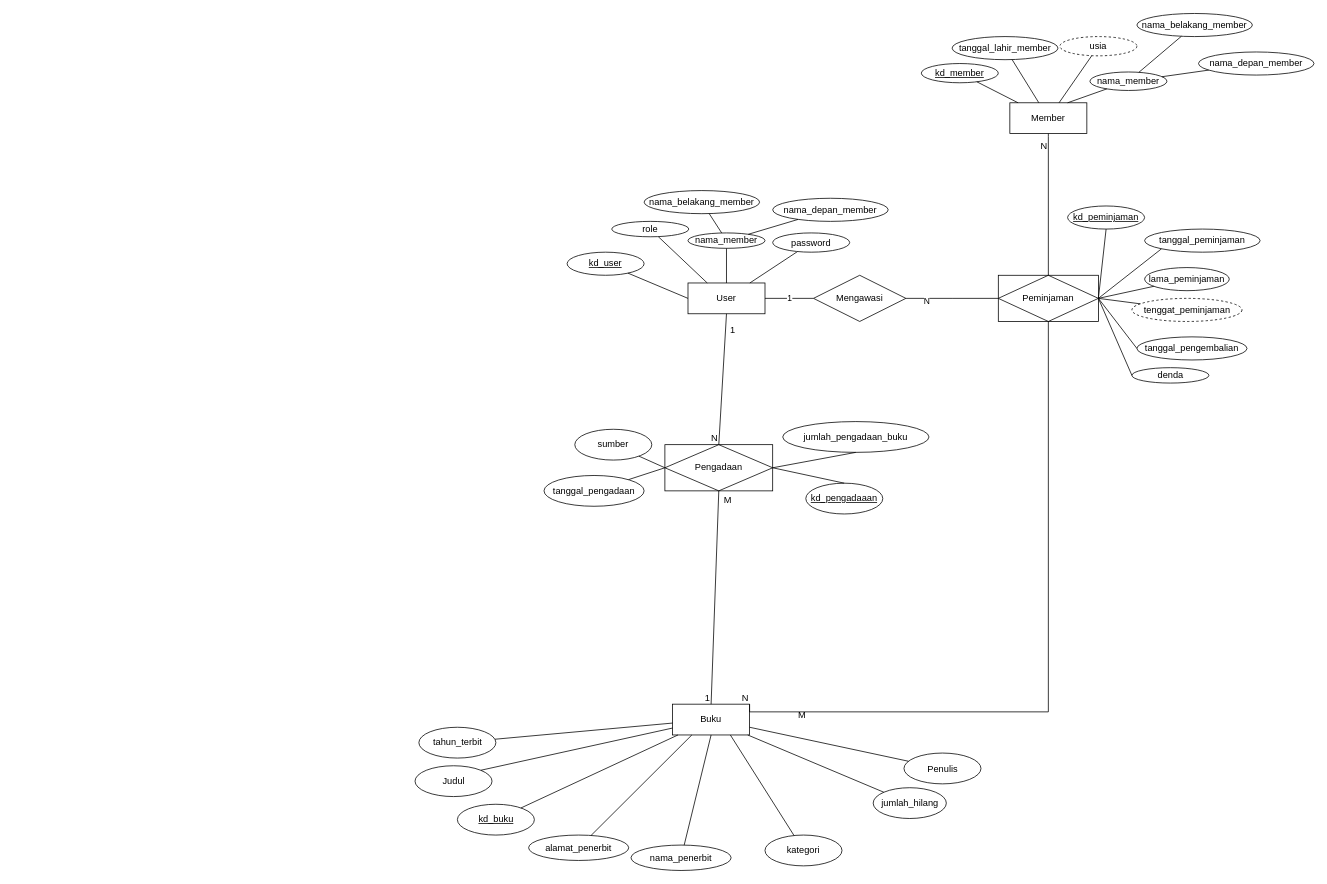
The draw.io diagram page "ERD" (1 of 3) of design/Design.drawio in gitar14/qt-books-quick, before the edit. Source tidied: cells renumbered, new cells numbered last; positions are measured from the earlier drawing's top-left corner, leaving out a move shared by most shapes. Both pictures are drawn from the tidied source at 77%, with x=0, y=0 at pixel (414, 13).
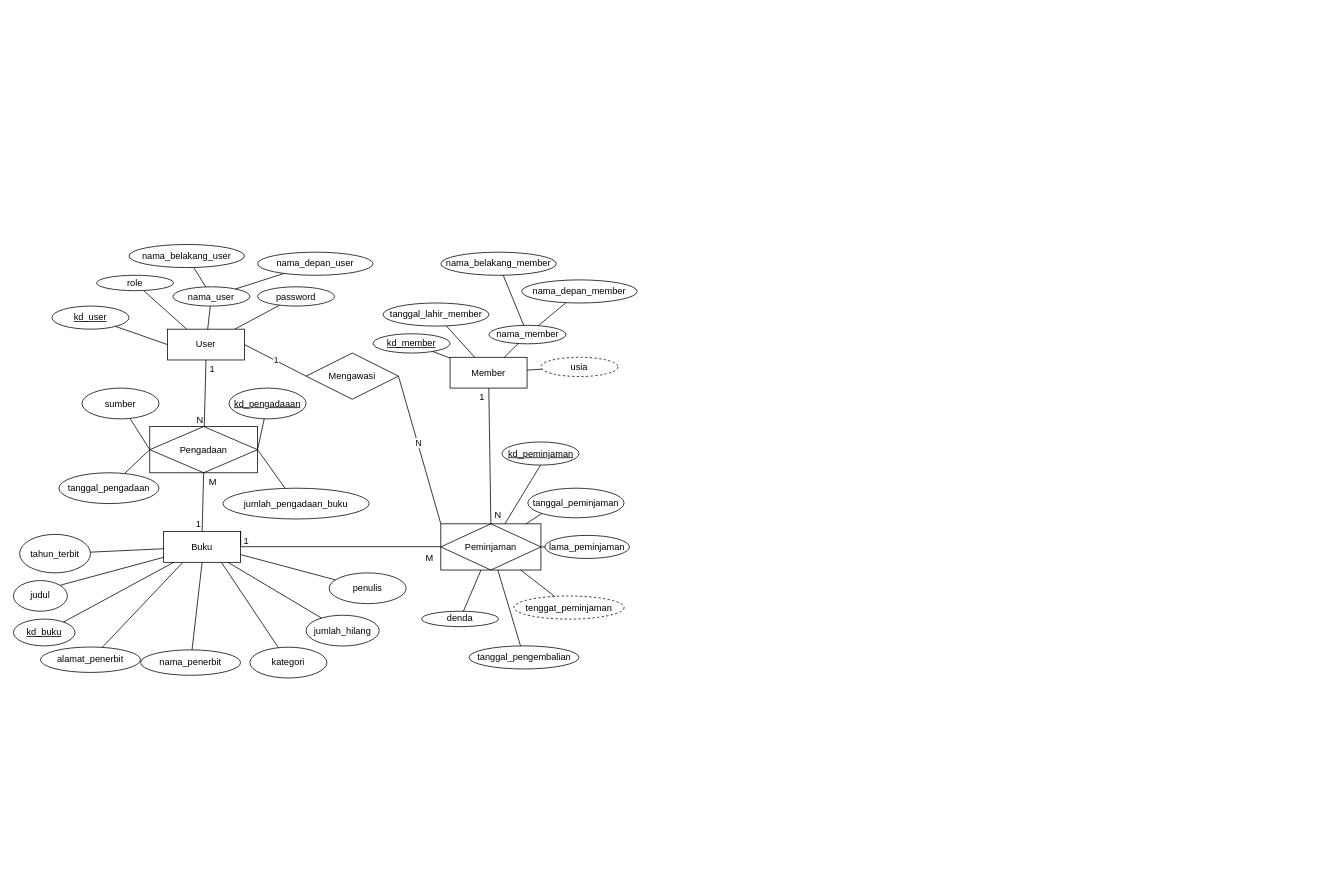
Above is the later version.

What changed in the source:
```diff
@@
     <mxCell id="2" value="Buku" style="whiteSpace=wrap;html=1;align=center;" parent="1" vertex="1">
-      <mxGeometry x="335" y="897" width="100" height="40" as="geometry" />
+      <mxGeometry x="-326" y="672.8" width="100" height="40" as="geometry" />
     </mxCell>
     <mxCell id="3" value="M" style="text;html=1;align=center;verticalAlign=middle;strokeColor=none;fillColor=none;" parent="1" vertex="1">
-      <mxGeometry x="488" y="897" width="30" height="30" as="geometry" />
+      <mxGeometry x="4" y="692.8" width="30" height="30" as="geometry" />
     </mxCell>
     <mxCell id="4" value="Member" style="whiteSpace=wrap;html=1;align=center;" parent="1" vertex="1">
-      <mxGeometry x="773" y="116" width="100" height="40" as="geometry" />
+      <mxGeometry x="46" y="446.5" width="100" height="40" as="geometry" />
     </mxCell>
     <mxCell id="5" value="&lt;u&gt;kd_buku&lt;/u&gt;" style="ellipse;whiteSpace=wrap;html=1;align=center;" parent="1" vertex="1">
-      <mxGeometry x="55.5" y="1027" width="100" height="40" as="geometry" />
+      <mxGeometry x="-521" y="786.5" width="80" height="34.8" as="geometry" />
     </mxCell>
-    <mxCell id="6" value="Judul" style="ellipse;whiteSpace=wrap;html=1;align=center;" parent="1" vertex="1">
-      <mxGeometry x="0.5" y="977" width="100" height="40" as="geometry" />
+    <mxCell id="6" value="judul" style="ellipse;whiteSpace=wrap;html=1;align=center;" parent="1" vertex="1">
+      <mxGeometry x="-521" y="736.5" width="70" height="39.8" as="geometry" />
     </mxCell>
-    <mxCell id="7" value="Penulis" style="ellipse;whiteSpace=wrap;html=1;align=center;" parent="1" vertex="1">
-      <mxGeometry x="635.5" y="960.5" width="100" height="40" as="geometry" />
+    <mxCell id="7" value="penulis" style="ellipse;whiteSpace=wrap;html=1;align=center;" parent="1" vertex="1">
+      <mxGeometry x="-111" y="726.5" width="100" height="40" as="geometry" />
     </mxCell>
     <mxCell id="8" value="tahun_terbit" style="ellipse;whiteSpace=wrap;html=1;align=center;" parent="1" vertex="1">
-      <mxGeometry x="5.5" y="927" width="100" height="40" as="geometry" />
+      <mxGeometry x="-513" y="676.5" width="92" height="50" as="geometry" />
     </mxCell>
     <mxCell id="9" value="jumlah_hilang" style="ellipse;whiteSpace=wrap;html=1;align=center;" parent="1" vertex="1">
-      <mxGeometry x="595.5" y="1005.5" width="95" height="40" as="geometry" />
+      <mxGeometry x="-141" y="781.5" width="95" height="40" as="geometry" />
     </mxCell>
@@
     <mxCell id="11" value="sumber" style="ellipse;whiteSpace=wrap;html=1;align=center;" parent="1" vertex="1">
-      <mxGeometry x="208" y="540" width="100" height="40" as="geometry" />
+      <mxGeometry x="-432" y="486.5" width="100" height="40" as="geometry" />
     </mxCell>
     <mxCell id="12" value="nama_penerbit" style="ellipse;whiteSpace=wrap;html=1;align=center;" parent="1" vertex="1">
-      <mxGeometry x="281" y="1080" width="130" height="33" as="geometry" />
+      <mxGeometry x="-356" y="826.5" width="130" height="33" as="geometry" />
     </mxCell>
     <mxCell id="13" value="alamat_penerbit" style="ellipse;whiteSpace=wrap;html=1;align=center;" parent="1" vertex="1">
-      <mxGeometry x="148" y="1067" width="130" height="33" as="geometry" />
+      <mxGeometry x="-486" y="822.8" width="130" height="33" as="geometry" />
     </mxCell>
     <mxCell id="14" value="kategori" style="ellipse;whiteSpace=wrap;html=1;align=center;" parent="1" vertex="1">
-      <mxGeometry x="455" y="1067" width="100" height="40" as="geometry" />
+      <mxGeometry x="-214" y="823" width="100" height="40" as="geometry" />
     </mxCell>
     <mxCell id="15" value="&lt;u&gt;kd_member&lt;/u&gt;" style="ellipse;whiteSpace=wrap;html=1;align=center;" parent="1" vertex="1">
-      <mxGeometry x="658" y="65" width="100" height="25" as="geometry" />
+      <mxGeometry x="-54" y="416" width="100" height="25" as="geometry" />
     </mxCell>
     <mxCell id="16" value="nama_member" style="ellipse;whiteSpace=wrap;html=1;align=center;" parent="1" vertex="1">
-      <mxGeometry x="877" y="76" width="100" height="24" as="geometry" />
+      <mxGeometry x="96.5" y="405" width="100" height="24" as="geometry" />
     </mxCell>
     <mxCell id="17" value="nama_depan_member" style="ellipse;whiteSpace=wrap;html=1;align=center;" parent="1" vertex="1">
-      <mxGeometry x="1018" y="50" width="150" height="30" as="geometry" />
+      <mxGeometry x="139" y="346" width="150" height="30" as="geometry" />
     </mxCell>
     <mxCell id="18" value="nama_belakang_member" style="ellipse;whiteSpace=wrap;html=1;align=center;" parent="1" vertex="1">
-      <mxGeometry x="938" width="150" height="30" as="geometry" />
+      <mxGeometry x="34" y="310" width="150" height="30" as="geometry" />
     </mxCell>
     <mxCell id="19" value="tanggal_lahir_member" style="ellipse;whiteSpace=wrap;html=1;align=center;" parent="1" vertex="1">
-      <mxGeometry x="698" y="30" width="137.5" height="30" as="geometry" />
+      <mxGeometry x="-41" y="376" width="137.5" height="30" as="geometry" />
     </mxCell>
     <mxCell id="20" value="usia" style="ellipse;whiteSpace=wrap;html=1;align=center;dashed=1;" parent="1" vertex="1">
-      <mxGeometry x="838" y="30" width="100" height="25" as="geometry" />
+      <mxGeometry x="164" y="446.5" width="100" height="25" as="geometry" />
     </mxCell>
@@
-    <mxCell id="32" style="endArrow=none;html=1;rounded=0;exitX=0.75;exitY=0;exitDx=0;exitDy=0;" parent="1" edge="1" source="4" target="16">
+    <mxCell id="32" style="endArrow=none;html=1;rounded=0;" parent="1" edge="1" source="4" target="16">
       <mxGeometry relative="1" as="geometry" />
     </mxCell>
@@
     <mxCell id="35" value="Pengadaan" style="shape=associativeEntity;whiteSpace=wrap;html=1;align=center;" parent="1" vertex="1">
-      <mxGeometry x="325" y="560" width="140" height="60" as="geometry" />
+      <mxGeometry x="-344" y="536.5" width="140" height="60" as="geometry" />
     </mxCell>
     <mxCell id="36" value="jumlah_pengadaan_buku" style="ellipse;whiteSpace=wrap;html=1;align=center;" parent="1" vertex="1">
-      <mxGeometry x="478" y="530" width="190" height="40" as="geometry" />
+      <mxGeometry x="-249" y="616.5" width="190" height="40" as="geometry" />
     </mxCell>
     <mxCell id="37" value="User" style="whiteSpace=wrap;html=1;align=center;" parent="1" vertex="1">
-      <mxGeometry x="355" y="350" width="100" height="40" as="geometry" />
+      <mxGeometry x="-321" y="410" width="100" height="40" as="geometry" />
     </mxCell>
     <mxCell id="38" value="&lt;u&gt;kd_user&lt;/u&gt;" style="ellipse;whiteSpace=wrap;html=1;align=center;" parent="1" vertex="1">
-      <mxGeometry x="198" y="310" width="100" height="30" as="geometry" />
+      <mxGeometry x="-471" y="380" width="100" height="30" as="geometry" />
     </mxCell>
-    <mxCell id="39" value="nama_member" style="ellipse;whiteSpace=wrap;html=1;align=center;" parent="1" vertex="1">
-      <mxGeometry x="355" y="285" width="100" height="20" as="geometry" />
+    <mxCell id="39" value="nama_user" style="ellipse;whiteSpace=wrap;html=1;align=center;" parent="1" vertex="1">
+      <mxGeometry x="-314" y="355" width="100" height="25" as="geometry" />
     </mxCell>
-    <mxCell id="40" value="nama_depan_member" style="ellipse;whiteSpace=wrap;html=1;align=center;" parent="1" vertex="1">
-      <mxGeometry x="465" y="240" width="150" height="30" as="geometry" />
+    <mxCell id="40" value="nama_depan_user" style="ellipse;whiteSpace=wrap;html=1;align=center;" parent="1" vertex="1">
+      <mxGeometry x="-204" y="310" width="150" height="30" as="geometry" />
     </mxCell>
-    <mxCell id="41" value="nama_belakang_member" style="ellipse;whiteSpace=wrap;html=1;align=center;" parent="1" vertex="1">
-      <mxGeometry x="298" y="230" width="150" height="30" as="geometry" />
+    <mxCell id="41" value="nama_belakang_user" style="ellipse;whiteSpace=wrap;html=1;align=center;" parent="1" vertex="1">
+      <mxGeometry x="-371" y="300" width="150" height="30" as="geometry" />
     </mxCell>
@@
     <mxCell id="47" value="role" style="ellipse;whiteSpace=wrap;html=1;align=center;" parent="1" vertex="1">
-      <mxGeometry x="256" y="270" width="100" height="20" as="geometry" />
+      <mxGeometry x="-413" y="340" width="100" height="20" as="geometry" />
     </mxCell>
@@
     <mxCell id="49" value="password" style="ellipse;whiteSpace=wrap;html=1;align=center;" parent="1" vertex="1">
-      <mxGeometry x="465" y="285" width="100" height="25" as="geometry" />
+      <mxGeometry x="-204" y="355" width="100" height="25" as="geometry" />
     </mxCell>
-    <mxCell id="50" style="edgeStyle=orthogonalEdgeStyle;rounded=0;jettySize=auto;html=1;endArrow=none;endFill=0;entryX=0;entryY=0.5;entryDx=0;entryDy=0;exitX=1;exitY=0.5;exitDx=0;exitDy=0;" parent="1" edge="1" source="54" target="55">
-      <mxGeometry relative="1" as="geometry">
-        <Array as="points">
-          <mxPoint x="698" y="370" />
-          <mxPoint x="698" y="370" />
-        </Array>
-      </mxGeometry>
+    <mxCell id="50" style="rounded=0;jettySize=auto;html=1;endArrow=none;endFill=0;entryX=0;entryY=0;entryDx=0;entryDy=0;exitX=1;exitY=0.5;exitDx=0;exitDy=0;" parent="1" edge="1" source="54" target="55">
+      <mxGeometry relative="1" as="geometry" />
     </mxCell>
     <mxCell id="51" value="N" style="edgeLabel;html=1;align=center;verticalAlign=middle;" parent="50" vertex="1">
-      <mxGeometry x="-0.56" y="-3" relative="1" as="geometry" />
+      <mxGeometry x="-0.56" y="-3" relative="1" as="geometry">
+        <mxPoint x="16" y="43" as="offset" />
+      </mxGeometry>
     </mxCell>
-    <mxCell id="52" style="edgeStyle=orthogonalEdgeStyle;rounded=0;jettySize=auto;html=1;entryX=1;entryY=0.5;entryDx=0;entryDy=0;endArrow=none;endFill=0;" parent="1" edge="1" source="54" target="37">
+    <mxCell id="52" style="rounded=0;jettySize=auto;html=1;entryX=1;entryY=0.5;entryDx=0;entryDy=0;endArrow=none;endFill=0;exitX=0;exitY=0.5;exitDx=0;exitDy=0;" parent="1" edge="1" source="54" target="37">
       <mxGeometry relative="1" as="geometry" />
     </mxCell>
@@
-    <mxCell id="54" value="Mengawasi" style="shape=rhombus;perimeter=rhombusPerimeter;whiteSpace=wrap;html=1;align=center;" parent="1" vertex="1">
-      <mxGeometry x="518" y="340" width="120" height="60" as="geometry" />
+    <mxCell id="54" value="Mengawasi" style="shape=rhombus;perimeter=rhombusPerimeter;whiteSpace=wrap;html=1;align=center;rotation=0;" parent="1" vertex="1">
+      <mxGeometry x="-141" y="441" width="120" height="60" as="geometry" />
     </mxCell>
     <mxCell id="55" value="Peminjaman" style="shape=associativeEntity;whiteSpace=wrap;html=1;align=center;" parent="1" vertex="1">
-      <mxGeometry x="758" y="340" width="130" height="60" as="geometry" />
+      <mxGeometry x="34" y="662.8" width="130" height="60" as="geometry" />
     </mxCell>
-    <mxCell id="56" style="endArrow=none;html=1;rounded=0;exitX=0.5;exitY=0;exitDx=0;exitDy=0;edgeStyle=orthogonalEdgeStyle;entryX=0.5;entryY=1;entryDx=0;entryDy=0;" parent="1" edge="1" source="55" target="4">
-      <mxGeometry relative="1" as="geometry">
-        <Array as="points">
-          <mxPoint x="823" y="160" />
-          <mxPoint x="823" y="160" />
-        </Array>
-      </mxGeometry>
+    <mxCell id="56" style="endArrow=none;html=1;rounded=0;exitX=0.5;exitY=0;exitDx=0;exitDy=0;" parent="1" edge="1" source="55" target="4">
+      <mxGeometry relative="1" as="geometry" />
     </mxCell>
     <mxCell id="57" value="N" style="html=1;whiteSpace=wrap;align=right;verticalAlign=bottom;" parent="56" vertex="1">
       <mxGeometry x="1" relative="1" as="geometry">
-        <mxPoint y="24" as="offset" />
+        <mxPoint x="18" y="173" as="offset" />
       </mxGeometry>
     </mxCell>
+    <mxCell id="83" value="1" style="html=1;whiteSpace=wrap;align=right;verticalAlign=bottom;" parent="56" vertex="1">
+      <mxGeometry x="1" relative="1" as="geometry">
+        <mxPoint x="-4" y="19" as="offset" />
+      </mxGeometry>
+    </mxCell>
-    <mxCell id="58" style="endArrow=none;html=1;rounded=0;exitX=0.5;exitY=1;exitDx=0;exitDy=0;entryX=1;entryY=0;entryDx=0;entryDy=0;edgeStyle=orthogonalEdgeStyle;" parent="1" edge="1" source="55" target="2">
+    <mxCell id="58" style="endArrow=none;html=1;rounded=0;entryX=1;entryY=0;entryDx=0;entryDy=0;edgeStyle=orthogonalEdgeStyle;" parent="1" edge="1" source="55" target="2">
       <mxGeometry relative="1" as="geometry">
         <Array as="points">
-          <mxPoint x="823" y="907" />
+          <mxPoint x="98" y="692.5" />
+          <mxPoint x="-194" y="692.5" />
         </Array>
       </mxGeometry>
     </mxCell>
-    <mxCell id="59" value="N" style="html=1;whiteSpace=wrap;align=right;verticalAlign=bottom;" parent="58" vertex="1">
-      <mxGeometry x="1" relative="1" as="geometry" />
+    <mxCell id="59" value="1" style="html=1;whiteSpace=wrap;align=right;verticalAlign=bottom;" parent="58" vertex="1">
+      <mxGeometry x="1" relative="1" as="geometry">
+        <mxPoint x="12" y="20" as="offset" />
+      </mxGeometry>
     </mxCell>
     <mxCell id="60" value="tanggal_peminjaman" style="ellipse;whiteSpace=wrap;html=1;align=center;" parent="1" vertex="1">
-      <mxGeometry x="948" y="280" width="150" height="30" as="geometry" />
+      <mxGeometry x="147" y="616.5" width="125" height="38.5" as="geometry" />
     </mxCell>
     <mxCell id="61" value="kd_peminjaman" style="ellipse;whiteSpace=wrap;html=1;align=center;fontStyle=4;" parent="1" vertex="1">
-      <mxGeometry x="848" y="250" width="100" height="30" as="geometry" />
+      <mxGeometry x="113.5" y="556.5" width="100" height="30" as="geometry" />
     </mxCell>
     <mxCell id="62" value="lama_peminjaman" style="ellipse;whiteSpace=wrap;html=1;align=center;" parent="1" vertex="1">
-      <mxGeometry x="948" y="330" width="110" height="30" as="geometry" />
+      <mxGeometry x="169" y="677.8" width="110" height="30" as="geometry" />
     </mxCell>
     <mxCell id="63" value="tenggat_peminjaman" style="ellipse;whiteSpace=wrap;html=1;align=center;dashed=1;" parent="1" vertex="1">
-      <mxGeometry x="931.5" y="370" width="143" height="30" as="geometry" />
+      <mxGeometry x="129" y="756.5" width="143" height="30" as="geometry" />
     </mxCell>
-    <mxCell id="64" style="endArrow=none;html=1;rounded=0;entryX=1;entryY=0.5;entryDx=0;entryDy=0;" parent="1" edge="1" source="62" target="55">
+    <mxCell id="64" style="endArrow=none;html=1;rounded=0;" parent="1" edge="1" source="62" target="55">
       <mxGeometry relative="1" as="geometry" />
     </mxCell>
-    <mxCell id="65" style="endArrow=none;html=1;rounded=0;entryX=0;entryY=1;entryDx=0;entryDy=0;exitX=1;exitY=0.5;exitDx=0;exitDy=0;" parent="1" edge="1" source="55" target="60">
+    <mxCell id="65" style="endArrow=none;html=1;rounded=0;entryX=0;entryY=1;entryDx=0;entryDy=0;" parent="1" edge="1" source="55" target="60">
       <mxGeometry relative="1" as="geometry" />
     </mxCell>
-    <mxCell id="66" style="endArrow=none;html=1;rounded=0;entryX=0.5;entryY=1;entryDx=0;entryDy=0;exitX=1;exitY=0.5;exitDx=0;exitDy=0;" parent="1" edge="1" source="55" target="61">
+    <mxCell id="66" style="endArrow=none;html=1;rounded=0;entryX=0.5;entryY=1;entryDx=0;entryDy=0;" parent="1" edge="1" source="55" target="61">
       <mxGeometry relative="1" as="geometry" />
     </mxCell>
-    <mxCell id="67" style="endArrow=none;html=1;rounded=0;entryX=1;entryY=0.5;entryDx=0;entryDy=0;" parent="1" edge="1" source="63" target="55">
+    <mxCell id="67" style="endArrow=none;html=1;rounded=0;" parent="1" edge="1" source="63" target="55">
       <mxGeometry relative="1" as="geometry" />
     </mxCell>
-    <mxCell id="68" style="endArrow=none;html=1;rounded=0;exitX=0.5;exitY=1;exitDx=0;exitDy=0;entryX=0.5;entryY=0;entryDx=0;entryDy=0;" parent="1" edge="1" source="37" target="35">
+    <mxCell id="68" style="endArrow=none;html=1;rounded=0;exitX=0.5;exitY=1;exitDx=0;exitDy=0;" parent="1" edge="1" source="37" target="35">
       <mxGeometry relative="1" as="geometry" />
     </mxCell>
     <mxCell id="69" value="1" style="html=1;whiteSpace=wrap;align=left;verticalAlign=bottom;" parent="68" vertex="1">
       <mxGeometry x="-1" relative="1" as="geometry">
-        <mxPoint x="3" y="30" as="offset" />
+        <mxPoint x="3" y="20" as="offset" />
       </mxGeometry>
     </mxCell>
@@
-    <mxCell id="74" style="endArrow=none;html=1;rounded=0;entryX=0.5;entryY=1;entryDx=0;entryDy=0;exitX=1;exitY=0.5;exitDx=0;exitDy=0;" parent="1" edge="1" source="35" target="36">
+    <mxCell id="74" style="endArrow=none;html=1;rounded=0;exitX=1;exitY=0.5;exitDx=0;exitDy=0;" parent="1" edge="1" source="35" target="36">
       <mxGeometry relative="1" as="geometry" />
     </mxCell>
     <mxCell id="75" value="&lt;u&gt;kd_pengadaaan&lt;/u&gt;" style="ellipse;whiteSpace=wrap;html=1;align=center;" parent="1" vertex="1">
-      <mxGeometry x="508" y="610" width="100" height="40" as="geometry" />
+      <mxGeometry x="-241" y="486.5" width="100" height="40" as="geometry" />
     </mxCell>
-    <mxCell id="76" style="endArrow=none;html=1;rounded=0;entryX=0.5;entryY=0;entryDx=0;entryDy=0;exitX=1;exitY=0.5;exitDx=0;exitDy=0;" parent="1" edge="1" source="35" target="75">
+    <mxCell id="76" style="endArrow=none;html=1;rounded=0;exitX=1;exitY=0.5;exitDx=0;exitDy=0;" parent="1" edge="1" source="35" target="75">
       <mxGeometry relative="1" as="geometry" />
     </mxCell>
     <mxCell id="77" value="tanggal_pengembalian" style="ellipse;whiteSpace=wrap;html=1;align=center;" parent="1" vertex="1">
-      <mxGeometry x="938" y="420" width="143" height="30" as="geometry" />
+      <mxGeometry x="70.5" y="821.3" width="143" height="30" as="geometry" />
     </mxCell>
     <mxCell id="78" value="denda" style="ellipse;whiteSpace=wrap;html=1;align=center;" parent="1" vertex="1">
-      <mxGeometry x="931.5" y="460" width="100" height="20" as="geometry" />
+      <mxGeometry x="9" y="776.3" width="100" height="20" as="geometry" />
     </mxCell>
-    <mxCell id="79" style="endArrow=none;html=1;rounded=0;exitX=0;exitY=0.5;exitDx=0;exitDy=0;entryX=1;entryY=0.5;entryDx=0;entryDy=0;" parent="1" edge="1" source="78" target="55">
-      <mxGeometry relative="1" as="geometry" />
-    </mxCell>
-    <mxCell id="80" style="endArrow=none;html=1;rounded=0;exitX=1;exitY=0.5;exitDx=0;exitDy=0;entryX=0;entryY=0.5;entryDx=0;entryDy=0;" parent="1" edge="1" source="55" target="77">
+    <mxCell id="80" style="endArrow=none;html=1;rounded=0;" parent="1" edge="1" source="55" target="77">
       <mxGeometry relative="1" as="geometry" />
     </mxCell>
@@
     <mxCell id="82" value="tanggal_pengadaan" style="ellipse;whiteSpace=wrap;html=1;align=center;" parent="1" vertex="1">
-      <mxGeometry x="168" y="600" width="130" height="40" as="geometry" />
+      <mxGeometry x="-462" y="596.5" width="130" height="40" as="geometry" />
     </mxCell>
+    <mxCell id="84" style="endArrow=none;html=1;rounded=0;" parent="1" edge="1" source="55" target="78">
+      <mxGeometry relative="1" as="geometry" />
+    </mxCell>
```
